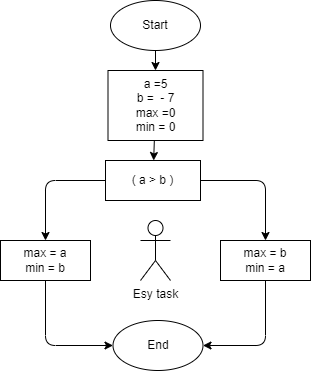
Before: Lessons01/Homework/Lesson01/Task001/diagram.drawio.png, a diagram exported from draw.io (Mypulse/dotnet). Source tidied: cells renumbered, new cells last; positions are measured from the earlier drawing's top-left corner, leaving out a move shared by most shapes. The source it was exported from:
```xml
<mxGraphModel>
  <root>
    <mxCell id="0" />
    <mxCell id="1" parent="0" />
    <mxCell id="2" style="edgeStyle=none;html=1;" parent="1" edge="1" source="3" target="5">
      <mxGeometry relative="1" as="geometry" />
    </mxCell>
    <mxCell id="3" value="Start" style="ellipse;whiteSpace=wrap;html=1;" parent="1" vertex="1">
      <mxGeometry x="110" width="90" height="50" as="geometry" />
    </mxCell>
    <mxCell id="4" style="edgeStyle=none;html=1;" parent="1" edge="1" source="5" target="8">
      <mxGeometry relative="1" as="geometry" />
    </mxCell>
    <mxCell id="5" value="a =5&lt;br&gt;b =&amp;nbsp; - 7&lt;br&gt;max =0&lt;br&gt;min = 0" style="whiteSpace=wrap;html=1;" parent="1" vertex="1">
      <mxGeometry x="107.5" y="70" width="95" height="70" as="geometry" />
    </mxCell>
    <mxCell id="6" style="edgeStyle=none;html=1;" parent="1" edge="1" source="8" target="10">
      <mxGeometry relative="1" as="geometry">
        <Array as="points">
          <mxPoint x="45" y="180" />
        </Array>
      </mxGeometry>
    </mxCell>
    <mxCell id="7" style="edgeStyle=none;html=1;entryX=0.5;entryY=0;entryDx=0;entryDy=0;" parent="1" edge="1" source="8" target="12">
      <mxGeometry relative="1" as="geometry">
        <Array as="points">
          <mxPoint x="265" y="180" />
        </Array>
      </mxGeometry>
    </mxCell>
    <mxCell id="8" value="( a &amp;gt; b )" style="whiteSpace=wrap;html=1;" parent="1" vertex="1">
      <mxGeometry x="105" y="160" width="95" height="40" as="geometry" />
    </mxCell>
    <mxCell id="9" style="edgeStyle=none;html=1;entryX=0;entryY=0.5;entryDx=0;entryDy=0;" parent="1" edge="1" source="10" target="13">
      <mxGeometry relative="1" as="geometry">
        <Array as="points">
          <mxPoint x="45" y="345" />
        </Array>
      </mxGeometry>
    </mxCell>
    <mxCell id="10" value="max = a&lt;br&gt;min = b" style="whiteSpace=wrap;html=1;" parent="1" vertex="1">
      <mxGeometry y="240" width="90" height="40" as="geometry" />
    </mxCell>
    <mxCell id="11" style="edgeStyle=none;html=1;entryX=1;entryY=0.5;entryDx=0;entryDy=0;" parent="1" edge="1" source="12" target="13">
      <mxGeometry relative="1" as="geometry">
        <Array as="points">
          <mxPoint x="265" y="345" />
        </Array>
      </mxGeometry>
    </mxCell>
    <mxCell id="12" value="max = b&lt;br&gt;min = a" style="whiteSpace=wrap;html=1;" parent="1" vertex="1">
      <mxGeometry x="220" y="240" width="90" height="40" as="geometry" />
    </mxCell>
    <mxCell id="13" value="End" style="ellipse;whiteSpace=wrap;html=1;" parent="1" vertex="1">
      <mxGeometry x="112.5" y="320" width="90" height="50" as="geometry" />
    </mxCell>
    <mxCell id="14" value="Esy task" style="shape=umlActor;verticalLabelPosition=bottom;verticalAlign=top;html=1;" parent="1" vertex="1">
      <mxGeometry x="140" y="220" width="30" height="60" as="geometry" />
    </mxCell>
  </root>
</mxGraphModel>
```
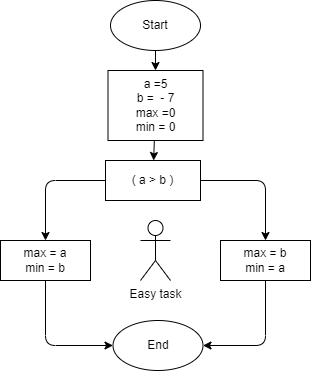
After the commit.

Commit message:
исправил ошибку в блок-схеме

Change to the diagram source:
```diff
@@ -54,7 +54,7 @@
     <mxCell id="13" value="End" style="ellipse;whiteSpace=wrap;html=1;" parent="1" vertex="1">
       <mxGeometry x="112.5" y="320" width="90" height="50" as="geometry" />
     </mxCell>
-    <mxCell id="14" value="Esy task" style="shape=umlActor;verticalLabelPosition=bottom;verticalAlign=top;html=1;" parent="1" vertex="1">
+    <mxCell id="14" value="Easy task" style="shape=umlActor;verticalLabelPosition=bottom;verticalAlign=top;html=1;" parent="1" vertex="1">
       <mxGeometry x="140" y="220" width="30" height="60" as="geometry" />
     </mxCell>
   </root>
```
